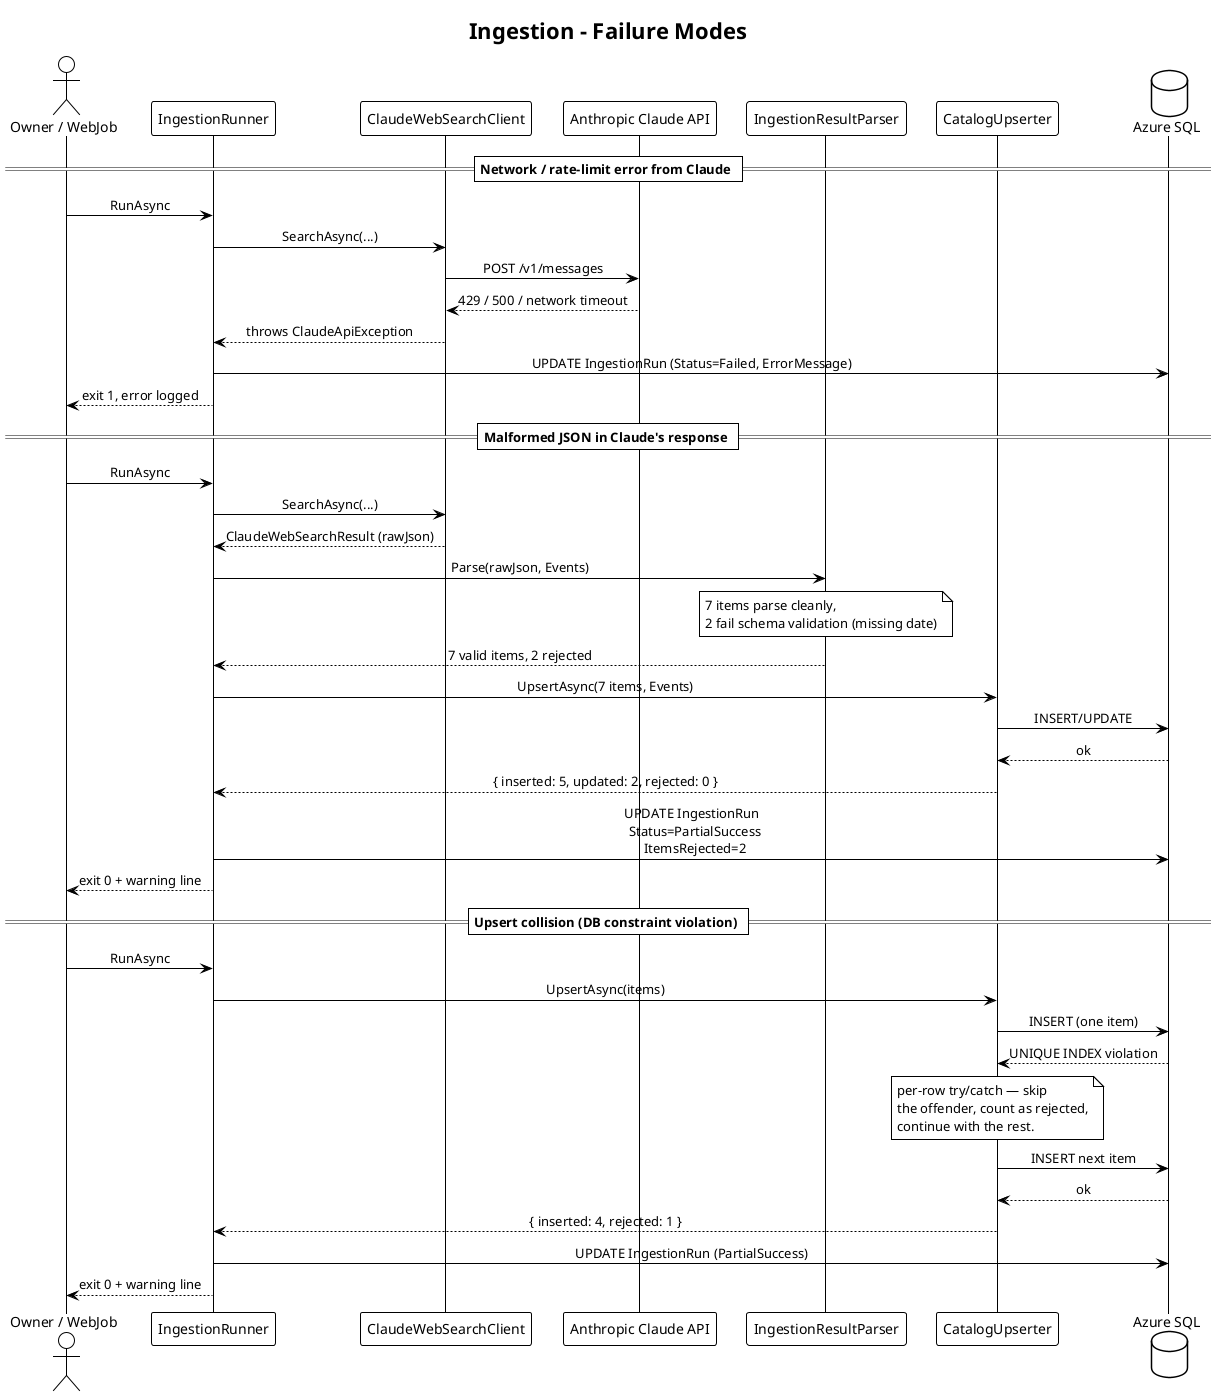
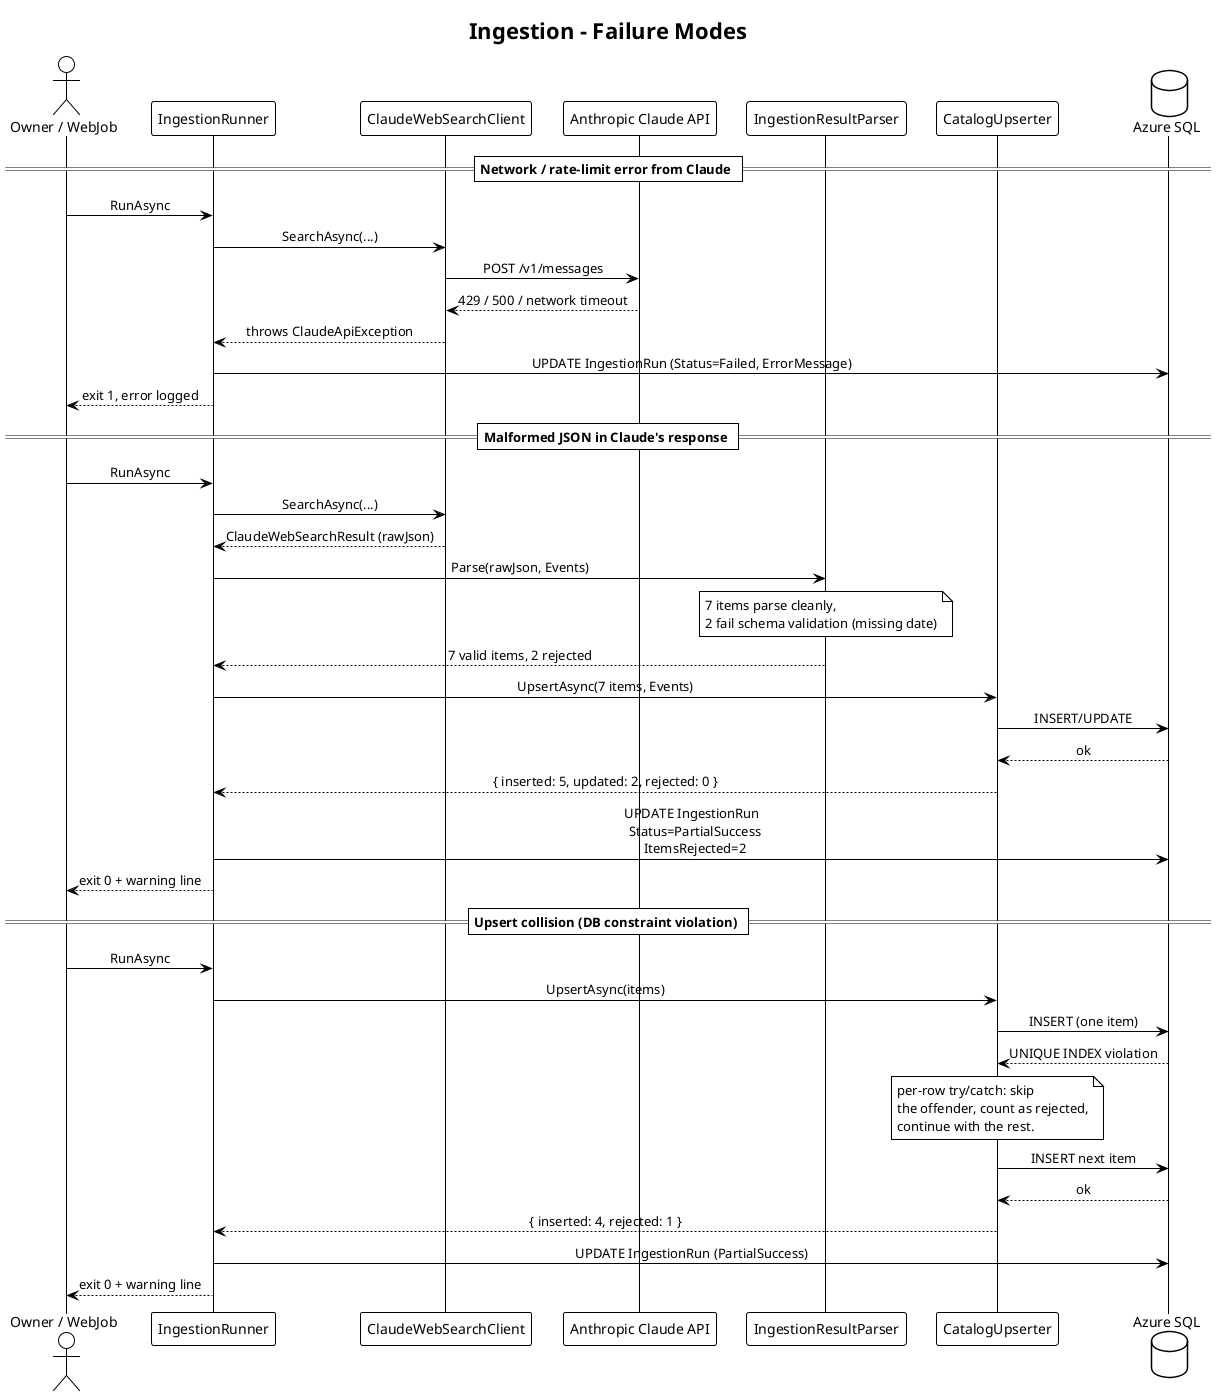
@startuml sequence_failure_modes
!theme plain
skinparam sequenceMessageAlign center

title Ingestion - Failure Modes

actor "Owner / WebJob" as trigger
participant "IngestionRunner" as runner
participant "ClaudeWebSearchClient" as client
participant "Anthropic Claude API" as claude
participant "IngestionResultParser" as parser
participant "CatalogUpserter" as upserter
database "Azure SQL" as sql

== Network / rate-limit error from Claude ==
trigger -> runner: RunAsync
runner -> client: SearchAsync(...)
client -> claude: POST /v1/messages
claude --> client: 429 / 500 / network timeout
client --> runner: throws ClaudeApiException
runner -> sql: UPDATE IngestionRun (Status=Failed, ErrorMessage)
runner --> trigger: exit 1, error logged

== Malformed JSON in Claude's response ==
trigger -> runner: RunAsync
runner -> client: SearchAsync(...)
client --> runner: ClaudeWebSearchResult (rawJson)
runner -> parser: Parse(rawJson, Events)
note over parser: 7 items parse cleanly,\n2 fail schema validation (missing date)
parser --> runner: 7 valid items, 2 rejected
runner -> upserter: UpsertAsync(7 items, Events)
upserter -> sql: INSERT/UPDATE
sql --> upserter: ok
upserter --> runner: { inserted: 5, updated: 2, rejected: 0 }
runner -> sql: UPDATE IngestionRun\n  Status=PartialSuccess\n  ItemsRejected=2
runner --> trigger: exit 0 + warning line

== Upsert collision (DB constraint violation) ==
trigger -> runner: RunAsync
runner -> upserter: UpsertAsync(items)
upserter -> sql: INSERT (one item)
sql --> upserter: UNIQUE INDEX violation
- note over upserter: per-row try/catch — skip\nthe offender, count as rejected,\ncontinue with the rest.
+ note over upserter: per-row try/catch: skip\nthe offender, count as rejected,\ncontinue with the rest.
upserter -> sql: INSERT next item
sql --> upserter: ok
upserter --> runner: { inserted: 4, rejected: 1 }
runner -> sql: UPDATE IngestionRun (PartialSuccess)
runner --> trigger: exit 0 + warning line

@enduml
